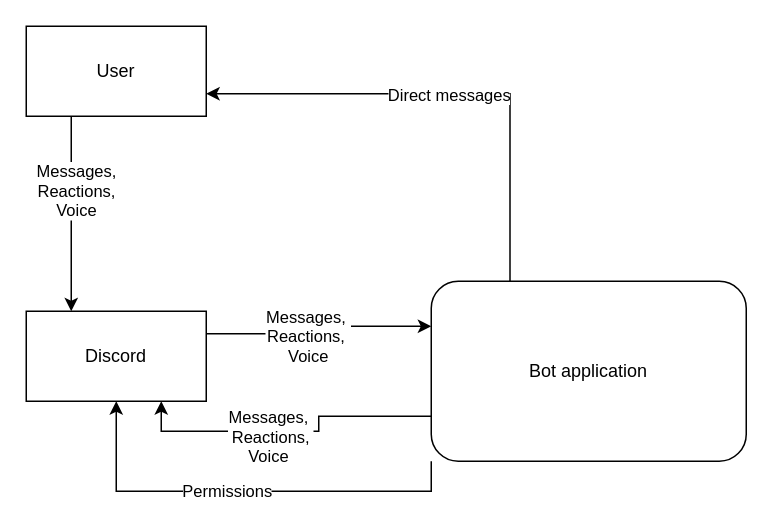
Earlier version of the draw.io diagram LogicalModelDesign/dataFlowDiagram/ContextDiagram.drawio (funny-nation/Funny-Nation). Source tidied: cells renumbered, new cells numbered last; positions are measured from the earlier drawing's top-left corner, leaving out a move shared by most shapes. Both pictures are drawn from the tidied source at 150%, with x=0, y=0 at pixel (26, 26).
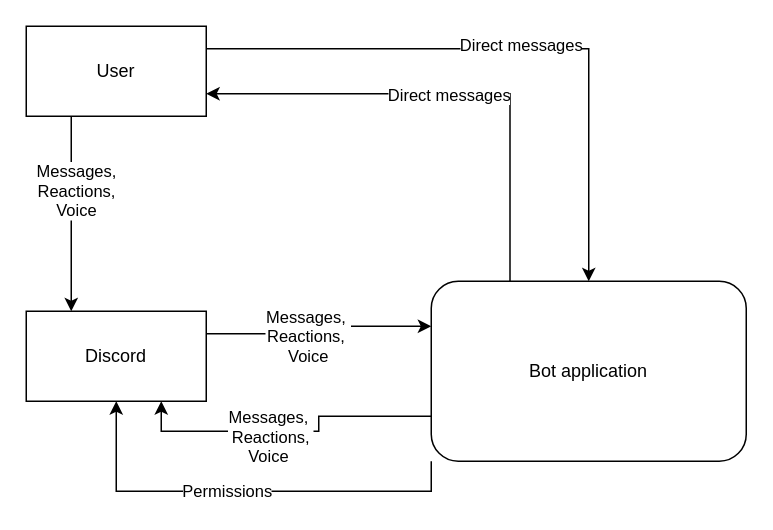
After the change.

Change to the diagram source:
```diff
@@
 <mxGraphModel>
   <root>
     <mxCell id="0" />
     <mxCell id="1" parent="0" />
     <mxCell id="2" style="edgeStyle=orthogonalEdgeStyle;rounded=0;jettySize=auto;html=1;exitX=0.25;exitY=1;exitDx=0;exitDy=0;entryX=0.25;entryY=0;entryDx=0;entryDy=0;" parent="1" edge="1" source="4" target="14">
       <mxGeometry relative="1" as="geometry" />
     </mxCell>
     <mxCell id="3" value="Messages,&amp;nbsp;&lt;br&gt;Reactions,&amp;nbsp;&lt;br&gt;Voice&amp;nbsp;" style="edgeLabel;html=1;align=center;verticalAlign=middle;" parent="2" vertex="1">
       <mxGeometry x="-0.25" y="4" relative="1" as="geometry" />
     </mxCell>
+    <mxCell id="15" style="edgeStyle=orthogonalEdgeStyle;rounded=0;jettySize=auto;html=1;exitX=1;exitY=0.25;exitDx=0;exitDy=0;" parent="1" edge="1" source="4" target="11">
+      <mxGeometry relative="1" as="geometry" />
+    </mxCell>
+    <mxCell id="16" value="Direct messages" style="edgeLabel;html=1;align=center;verticalAlign=middle;" parent="15" vertex="1">
+      <mxGeometry x="0.02" y="3" relative="1" as="geometry" />
+    </mxCell>
     <mxCell id="4" value="User" style="rounded=0;whiteSpace=wrap;html=1;" parent="1" vertex="1">
       <mxGeometry width="120" height="60" as="geometry" />
     </mxCell>
     <mxCell id="5" style="edgeStyle=orthogonalEdgeStyle;rounded=0;jettySize=auto;html=1;exitX=0;exitY=0.75;exitDx=0;exitDy=0;entryX=0.75;entryY=1;entryDx=0;entryDy=0;" parent="1" edge="1" source="11" target="14">
       <mxGeometry relative="1" as="geometry" />
     </mxCell>
     <mxCell id="6" value="Messages,&amp;nbsp;&lt;br&gt;Reactions,&lt;br&gt;Voice&amp;nbsp;" style="edgeLabel;html=1;align=center;verticalAlign=middle;" parent="5" vertex="1">
       <mxGeometry x="0.12" y="3" relative="1" as="geometry" />
     </mxCell>
     <mxCell id="7" style="edgeStyle=orthogonalEdgeStyle;rounded=0;jettySize=auto;html=1;exitX=0;exitY=1;exitDx=0;exitDy=0;entryX=0.5;entryY=1;entryDx=0;entryDy=0;" parent="1" edge="1" source="11" target="14">
       <mxGeometry relative="1" as="geometry" />
     </mxCell>
     <mxCell id="8" value="Permissions" style="edgeLabel;html=1;align=center;verticalAlign=middle;" parent="7" vertex="1">
       <mxGeometry x="0.08" y="-1" relative="1" as="geometry" />
     </mxCell>
     <mxCell id="9" style="edgeStyle=orthogonalEdgeStyle;rounded=0;jettySize=auto;html=1;exitX=0.25;exitY=0;exitDx=0;exitDy=0;entryX=1;entryY=0.75;entryDx=0;entryDy=0;" parent="1" edge="1" source="11" target="4">
       <mxGeometry relative="1" as="geometry" />
     </mxCell>
     <mxCell id="10" value="Direct messages" style="edgeLabel;html=1;align=center;verticalAlign=middle;" parent="9" vertex="1">
       <mxGeometry x="0.02" relative="1" as="geometry">
         <mxPoint x="1" as="offset" />
       </mxGeometry>
     </mxCell>
     <mxCell id="11" value="Bot application" style="rounded=1;whiteSpace=wrap;html=1;align=center;" parent="1" vertex="1">
       <mxGeometry x="270" y="170" width="210" height="120" as="geometry" />
     </mxCell>
     <mxCell id="12" style="edgeStyle=orthogonalEdgeStyle;rounded=0;jettySize=auto;html=1;exitX=1;exitY=0.25;exitDx=0;exitDy=0;entryX=0;entryY=0.25;entryDx=0;entryDy=0;" parent="1" edge="1" source="14" target="11">
       <mxGeometry relative="1" as="geometry" />
     </mxCell>
     <mxCell id="13" value="Messages,&amp;nbsp;&lt;br&gt;Reactions,&amp;nbsp;&lt;br&gt;Voice" style="edgeLabel;html=1;align=center;verticalAlign=middle;" parent="12" vertex="1">
       <mxGeometry x="-0.14" y="-1" relative="1" as="geometry" />
     </mxCell>
     <mxCell id="14" value="Discord" style="rounded=0;whiteSpace=wrap;html=1;align=center;" parent="1" vertex="1">
       <mxGeometry y="190" width="120" height="60" as="geometry" />
     </mxCell>
   </root>
 </mxGraphModel>
```
